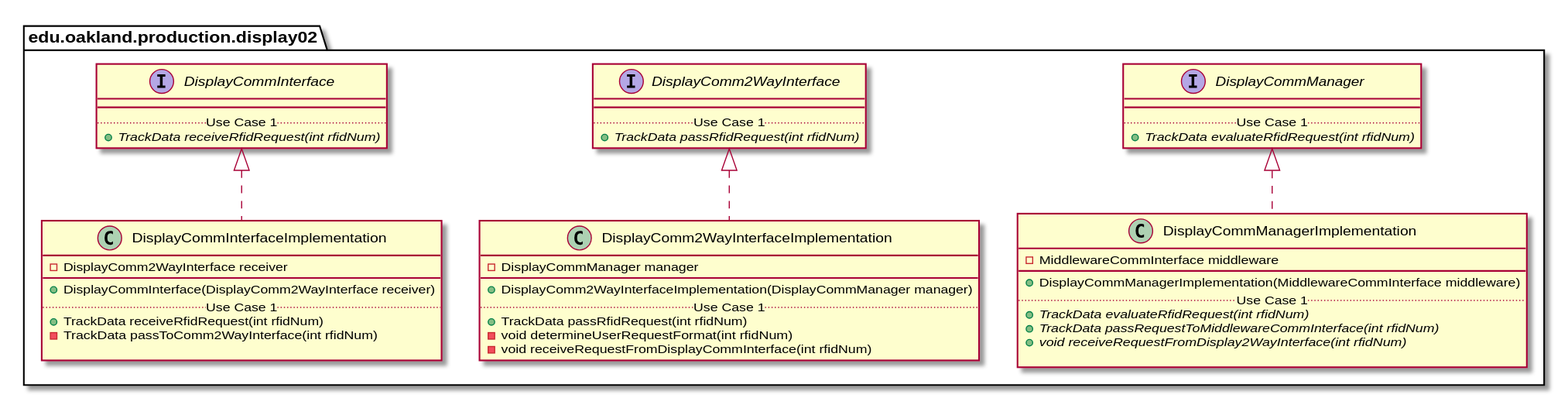
andrewdimmer/csi-3370-software-project keeps this PlantUML diagram as docs/uml-class-diagrams/display02/production/Display02ProductionPackage_DirectDependencies.svg. Above is the earlier version.
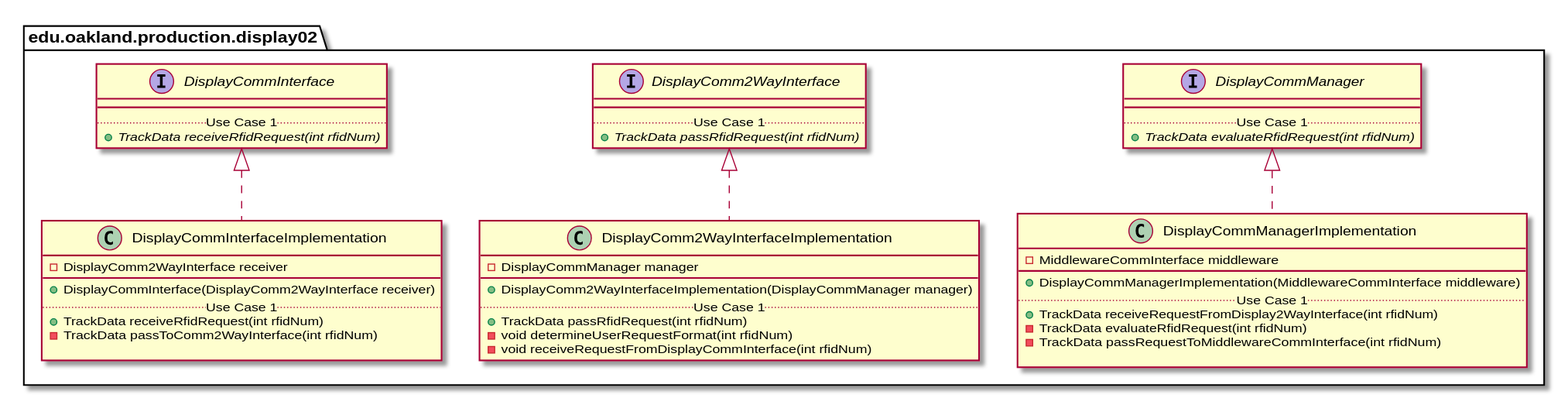
After the commit.

Change to the diagram source:
```diff
@@ -73,9 +73,9 @@
         __
         + DisplayCommManagerImplementation(MiddlewareCommInterface middleware)
         .. Use Case 1 ..
-        {abstract} + TrackData evaluateRfidRequest(int rfidNum)
-        {abstract} + TrackData passRequestToMiddlewareCommInterface(int rfidNum)
-        {abstract} + void receiveRequestFromDisplay2WayInterface(int rfidNum)
+        + TrackData receiveRequestFromDisplay2WayInterface(int rfidNum)
+        - TrackData evaluateRfidRequest(int rfidNum)
+        - TrackData passRequestToMiddlewareCommInterface(int rfidNum)
 
     }
 }
```
